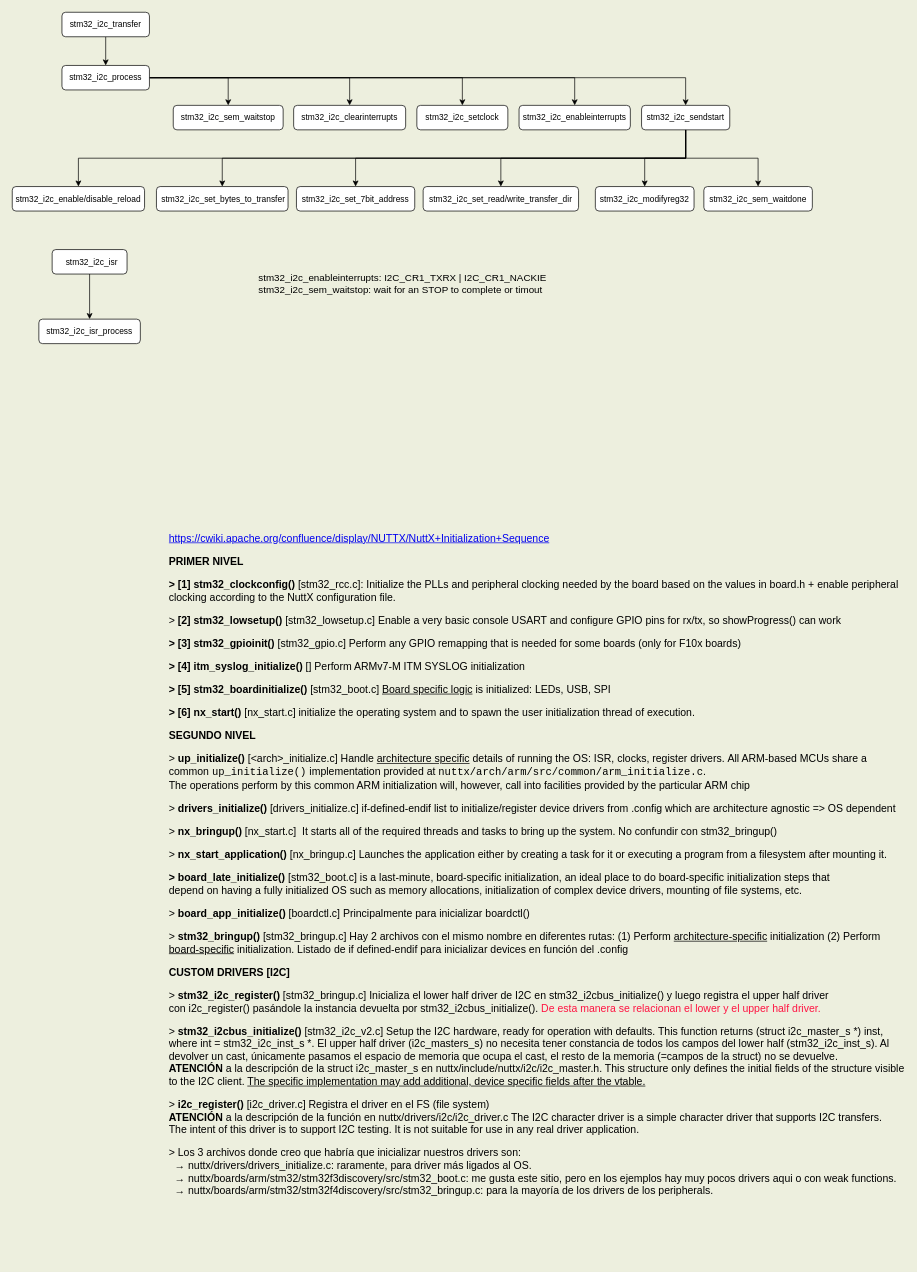
This is page "I2C_Protocol" (7 of 7) of NuttxDriversSchema.drawio from rentzboy/nuttx, a draw.io file, before an edit. Source tidied: cells renumbered, new cells numbered last; positions are measured from the earlier drawing's top-left corner, leaving out a move shared by most shapes. Both pictures are drawn from the tidied source at 70%, with x=0, y=0 at pixel (12, 12).
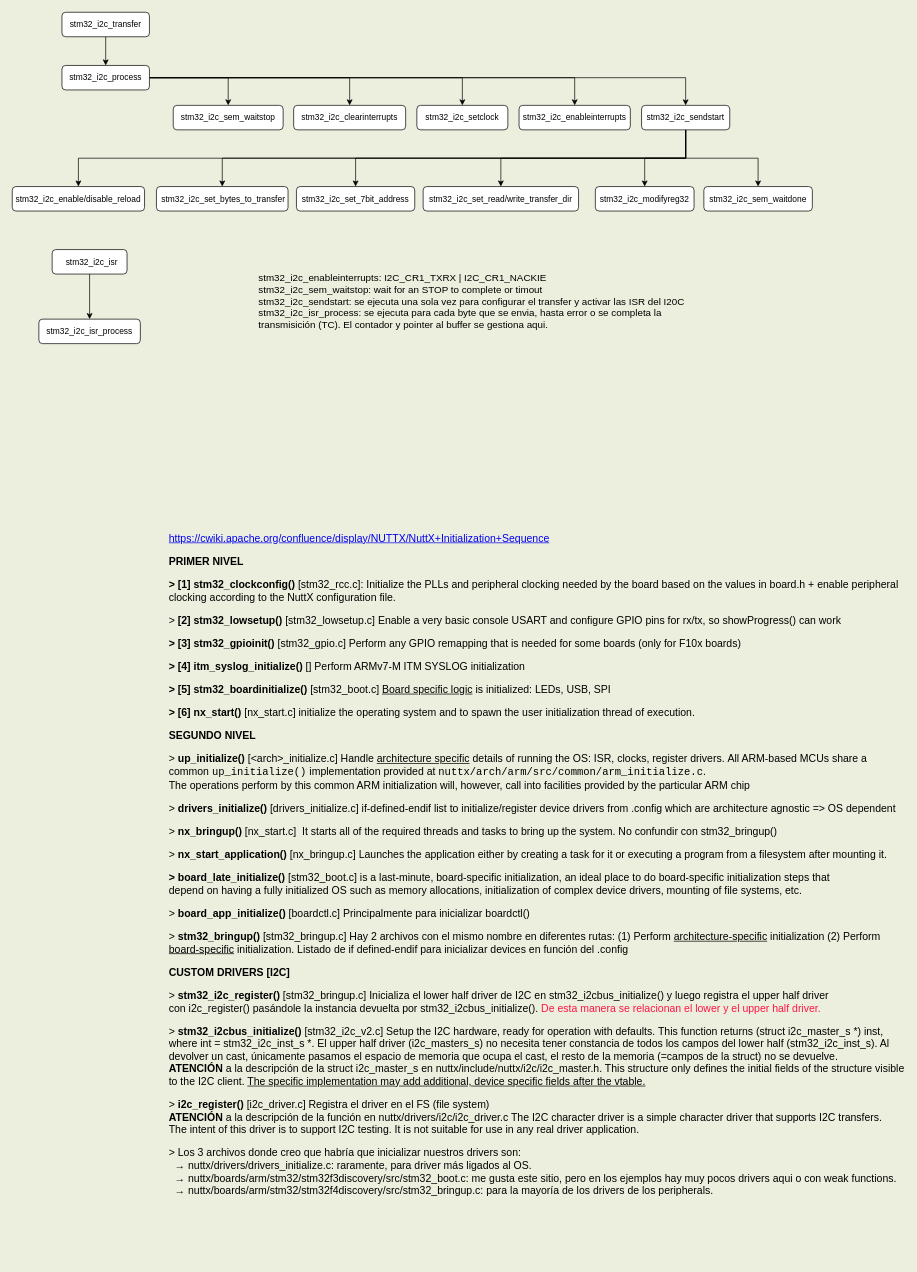
The same page after the edit.

What changed in the source:
```diff
@@
-    <mxCell id="31" value="stm32_i2c_enableinterrupts: I2C_CR1_TXRX | I2C_CR1_NACKIE&#10;stm32_i2c_sem_waitstop: wait for an STOP to complete or timout" style="text;whiteSpace=wrap;fontSize=14;" parent="1" vertex="1">
+    <mxCell id="31" value="stm32_i2c_enableinterrupts: I2C_CR1_TXRX | I2C_CR1_NACKIE&#10;stm32_i2c_sem_waitstop: wait for an STOP to complete or timout&#10;stm32_i2c_sendstart: se ejecuta una sola vez para configurar el transfer y activar las ISR del I20C&#10;stm32_i2c_isr_process: se ejecuta para cada byte que se envia, hasta error o se completa la transmisición (TC). El contador y pointer al buffer se gestiona aqui.&#10;&#10;" style="text;whiteSpace=wrap;fontSize=14;fontStyle=0;" parent="1" vertex="1">
       <mxGeometry x="350" y="365" width="626" height="221" as="geometry" />
     </mxCell>
```
